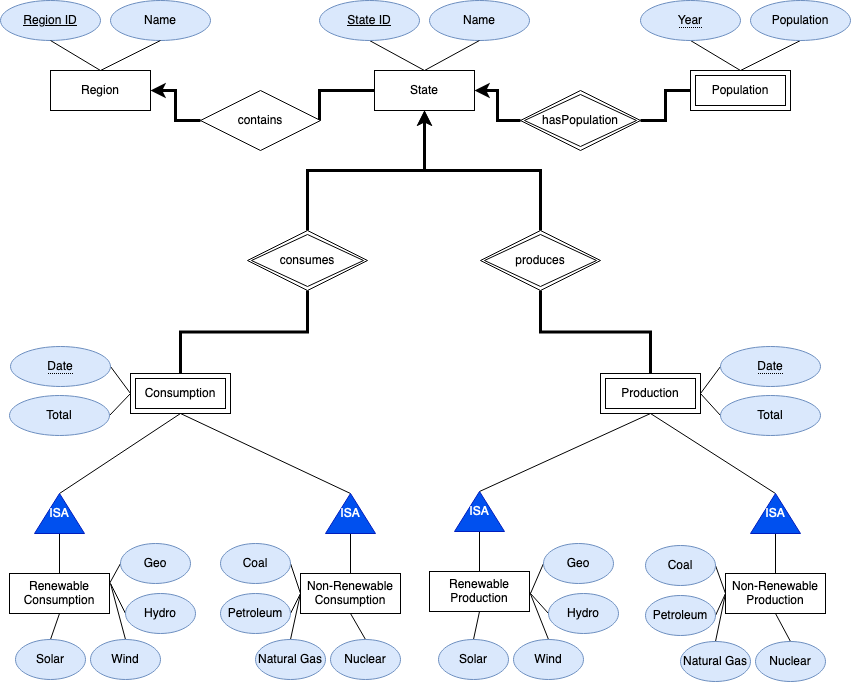
johntanderson/EIA-Energy-Visualization keeps this draw.io diagram as Documents/ER-Diagram.png. Above is the earlier version. Source tidied: cells renumbered, new cells last; positions are measured from the earlier drawing's top-left corner, leaving out a move shared by most shapes.
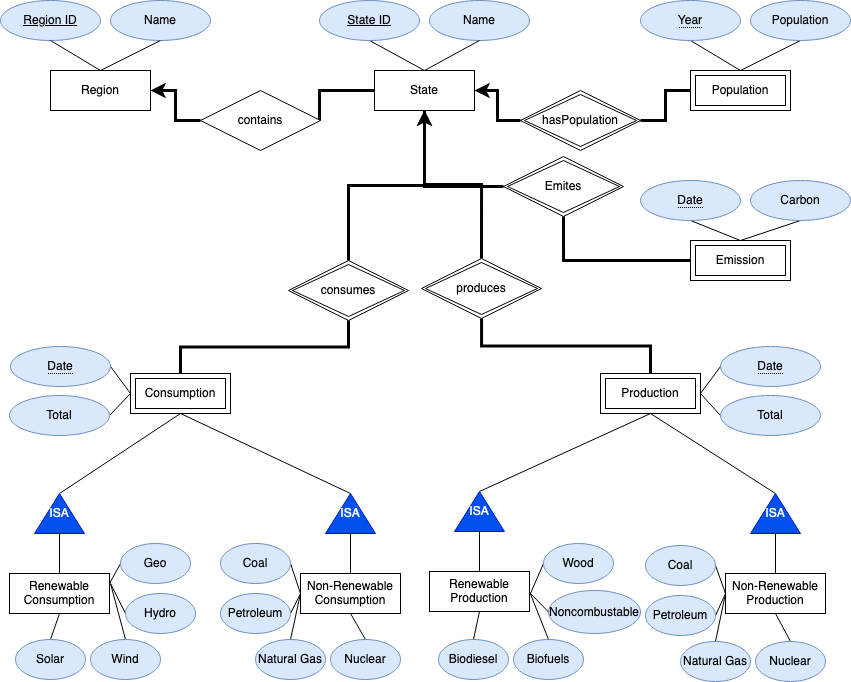
Above is the later version.

The edit, as a diff of the source:
```diff
@@ -185,13 +185,13 @@
     <mxCell id="56" style="edgeStyle=none;rounded=0;jettySize=auto;html=1;exitX=0.5;exitY=0;exitDx=0;exitDy=0;entryX=0.5;entryY=1;entryDx=0;entryDy=0;startArrow=none;startFill=0;endArrow=none;endFill=0;strokeWidth=1;" parent="1" edge="1" source="57" target="43">
       <mxGeometry relative="1" as="geometry" />
     </mxCell>
-    <mxCell id="57" value="Solar" style="ellipse;whiteSpace=wrap;html=1;align=center;fillColor=#dae8fc;strokeColor=#6c8ebf;" parent="1" vertex="1">
+    <mxCell id="57" value="Biodiesel" style="ellipse;whiteSpace=wrap;html=1;align=center;fillColor=#dae8fc;strokeColor=#6c8ebf;" parent="1" vertex="1">
       <mxGeometry x="438" y="639" width="70" height="40" as="geometry" />
     </mxCell>
     <mxCell id="58" style="edgeStyle=none;rounded=0;jettySize=auto;html=1;exitX=0.5;exitY=0;exitDx=0;exitDy=0;entryX=1;entryY=0.5;entryDx=0;entryDy=0;startArrow=none;startFill=0;endArrow=none;endFill=0;strokeWidth=1;" parent="1" edge="1" source="59" target="43">
       <mxGeometry relative="1" as="geometry" />
     </mxCell>
-    <mxCell id="59" value="Wind" style="ellipse;whiteSpace=wrap;html=1;align=center;fillColor=#dae8fc;strokeColor=#6c8ebf;" parent="1" vertex="1">
+    <mxCell id="59" value="Biofuels" style="ellipse;whiteSpace=wrap;html=1;align=center;fillColor=#dae8fc;strokeColor=#6c8ebf;" parent="1" vertex="1">
       <mxGeometry x="513" y="639" width="70" height="40" as="geometry" />
     </mxCell>
     <mxCell id="60" style="edgeStyle=none;rounded=0;jettySize=auto;html=1;exitX=0;exitY=0.5;exitDx=0;exitDy=0;startArrow=none;startFill=0;endArrow=none;endFill=0;strokeWidth=1;" parent="1" edge="1" source="61">
@@ -199,15 +199,15 @@
         <mxPoint x="530" y="593" as="targetPoint" />
       </mxGeometry>
     </mxCell>
-    <mxCell id="61" value="Hydro" style="ellipse;whiteSpace=wrap;html=1;align=center;fillColor=#dae8fc;strokeColor=#6c8ebf;" parent="1" vertex="1">
-      <mxGeometry x="548" y="593" width="70" height="40" as="geometry" />
+    <mxCell id="61" value="Noncombustable" style="ellipse;whiteSpace=wrap;html=1;align=center;fillColor=#dae8fc;strokeColor=#6c8ebf;" parent="1" vertex="1">
+      <mxGeometry x="548" y="590" width="92" height="43" as="geometry" />
     </mxCell>
     <mxCell id="62" style="edgeStyle=none;rounded=0;jettySize=auto;html=1;exitX=0;exitY=0.5;exitDx=0;exitDy=0;startArrow=none;startFill=0;endArrow=none;endFill=0;strokeWidth=1;" parent="1" edge="1" source="63">
       <mxGeometry relative="1" as="geometry">
         <mxPoint x="530" y="593" as="targetPoint" />
       </mxGeometry>
     </mxCell>
-    <mxCell id="63" value="Geo" style="ellipse;whiteSpace=wrap;html=1;align=center;fillColor=#dae8fc;strokeColor=#6c8ebf;" parent="1" vertex="1">
+    <mxCell id="63" value="Wood" style="ellipse;whiteSpace=wrap;html=1;align=center;fillColor=#dae8fc;strokeColor=#6c8ebf;" parent="1" vertex="1">
       <mxGeometry x="543" y="543" width="70" height="40" as="geometry" />
     </mxCell>
     <mxCell id="64" style="edgeStyle=none;rounded=0;jettySize=auto;html=1;exitX=1;exitY=0.5;exitDx=0;exitDy=0;entryX=0;entryY=0.5;entryDx=0;entryDy=0;startArrow=none;startFill=0;endArrow=none;endFill=0;strokeWidth=1;" parent="1" edge="1" source="65" target="41">
@@ -265,10 +265,10 @@
       <mxGeometry x="755" y="641" width="70" height="40" as="geometry" />
     </mxCell>
     <mxCell id="80" value="consumes" style="shape=rhombus;double=1;perimeter=rhombusPerimeter;whiteSpace=wrap;html=1;align=center;" parent="1" vertex="1">
-      <mxGeometry x="247" y="230" width="120" height="60" as="geometry" />
+      <mxGeometry x="288" y="260" width="120" height="60" as="geometry" />
     </mxCell>
     <mxCell id="81" value="produces" style="shape=rhombus;double=1;perimeter=rhombusPerimeter;whiteSpace=wrap;html=1;align=center;" parent="1" vertex="1">
-      <mxGeometry x="480" y="230" width="120" height="60" as="geometry" />
+      <mxGeometry x="421" y="258" width="120" height="60" as="geometry" />
     </mxCell>
     <mxCell id="82" style="rounded=0;jettySize=auto;html=1;exitX=1;exitY=0.5;exitDx=0;exitDy=0;entryX=0;entryY=0.5;entryDx=0;entryDy=0;startArrow=none;startFill=0;endArrow=none;endFill=0;strokeWidth=1;" parent="1" edge="1" source="83" target="30">
       <mxGeometry relative="1" as="geometry" />
@@ -279,5 +279,31 @@
     <mxCell id="84" value="Total" style="ellipse;whiteSpace=wrap;html=1;align=center;fillColor=#dae8fc;strokeColor=#6c8ebf;" parent="1" vertex="1">
       <mxGeometry x="720" y="395" width="100" height="40" as="geometry" />
     </mxCell>
+    <mxCell id="85" style="edgeStyle=orthogonalEdgeStyle;rounded=0;jettySize=auto;html=1;exitX=0;exitY=0.5;exitDx=0;exitDy=0;entryX=0.5;entryY=1;entryDx=0;entryDy=0;endArrow=none;endFill=0;strokeWidth=3;" parent="1" edge="1" source="86" target="92">
+      <mxGeometry relative="1" as="geometry" />
+    </mxCell>
+    <mxCell id="86" value="Emission" style="shape=ext;margin=3;double=1;whiteSpace=wrap;html=1;align=center;" parent="1" vertex="1">
+      <mxGeometry x="690" y="240" width="100" height="40" as="geometry" />
+    </mxCell>
+    <mxCell id="87" style="edgeStyle=none;rounded=0;jettySize=auto;html=1;exitX=0.5;exitY=1;exitDx=0;exitDy=0;entryX=0.5;entryY=0;entryDx=0;entryDy=0;endArrow=none;endFill=0;" parent="1" edge="1" source="88" target="86">
+      <mxGeometry relative="1" as="geometry" />
+    </mxCell>
+    <mxCell id="88" value="&lt;span style=&quot;border-bottom: 1px dotted&quot;&gt;Date&lt;br&gt;&lt;/span&gt;" style="ellipse;whiteSpace=wrap;html=1;align=center;fillColor=#dae8fc;strokeColor=#6c8ebf;" parent="1" vertex="1">
+      <mxGeometry x="640" y="180" width="100" height="40" as="geometry" />
+    </mxCell>
+    <mxCell id="89" style="edgeStyle=none;rounded=0;jettySize=auto;html=1;exitX=0.5;exitY=1;exitDx=0;exitDy=0;endArrow=none;endFill=0;" parent="1" edge="1" source="90">
+      <mxGeometry relative="1" as="geometry">
+        <mxPoint x="740" y="240" as="targetPoint" />
+      </mxGeometry>
+    </mxCell>
+    <mxCell id="90" value="Carbon" style="ellipse;whiteSpace=wrap;html=1;align=center;fillColor=#dae8fc;strokeColor=#6c8ebf;" parent="1" vertex="1">
+      <mxGeometry x="750" y="180" width="100" height="40" as="geometry" />
+    </mxCell>
+    <mxCell id="91" style="edgeStyle=orthogonalEdgeStyle;rounded=0;jettySize=auto;html=1;exitX=0;exitY=0.5;exitDx=0;exitDy=0;entryX=0.5;entryY=1;entryDx=0;entryDy=0;endArrow=none;endFill=0;strokeWidth=3;" parent="1" edge="1" source="92" target="6">
+      <mxGeometry relative="1" as="geometry" />
+    </mxCell>
+    <mxCell id="92" value="Emites" style="shape=rhombus;double=1;perimeter=rhombusPerimeter;whiteSpace=wrap;html=1;align=center;" parent="1" vertex="1">
+      <mxGeometry x="503" y="156" width="120" height="60" as="geometry" />
+    </mxCell>
   </root>
 </mxGraphModel>
```
